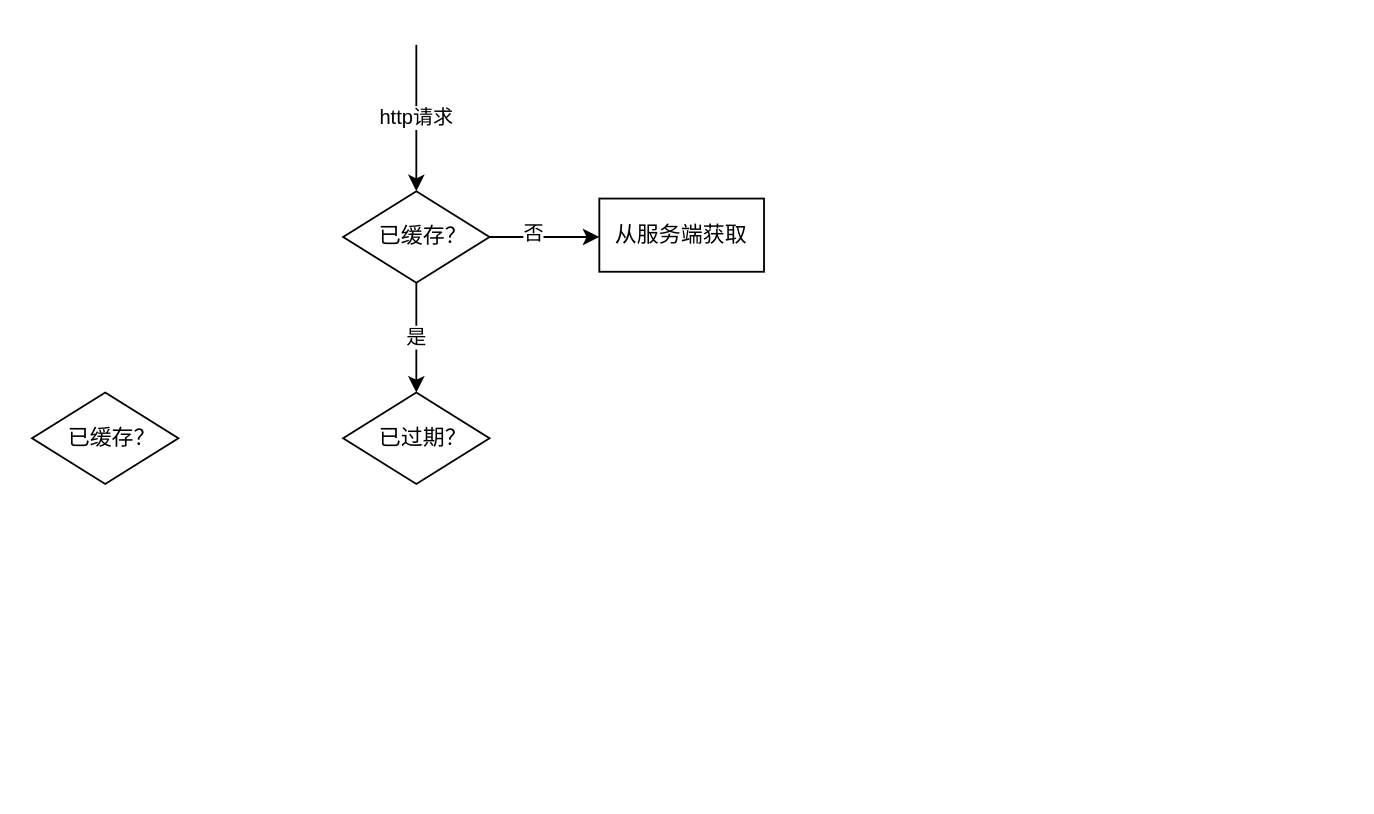
happinessandlove/Pic keeps this draw.io diagram as drawio/http_caching_decision_tree.drawio. Above is the earlier version. Source tidied: cells renumbered, new cells numbered last; positions are measured from the earlier drawing's top-left corner, leaving out a move shared by most shapes. Both pictures are drawn from the tidied source at 183%, with x=0, y=0 at pixel (31, 44).
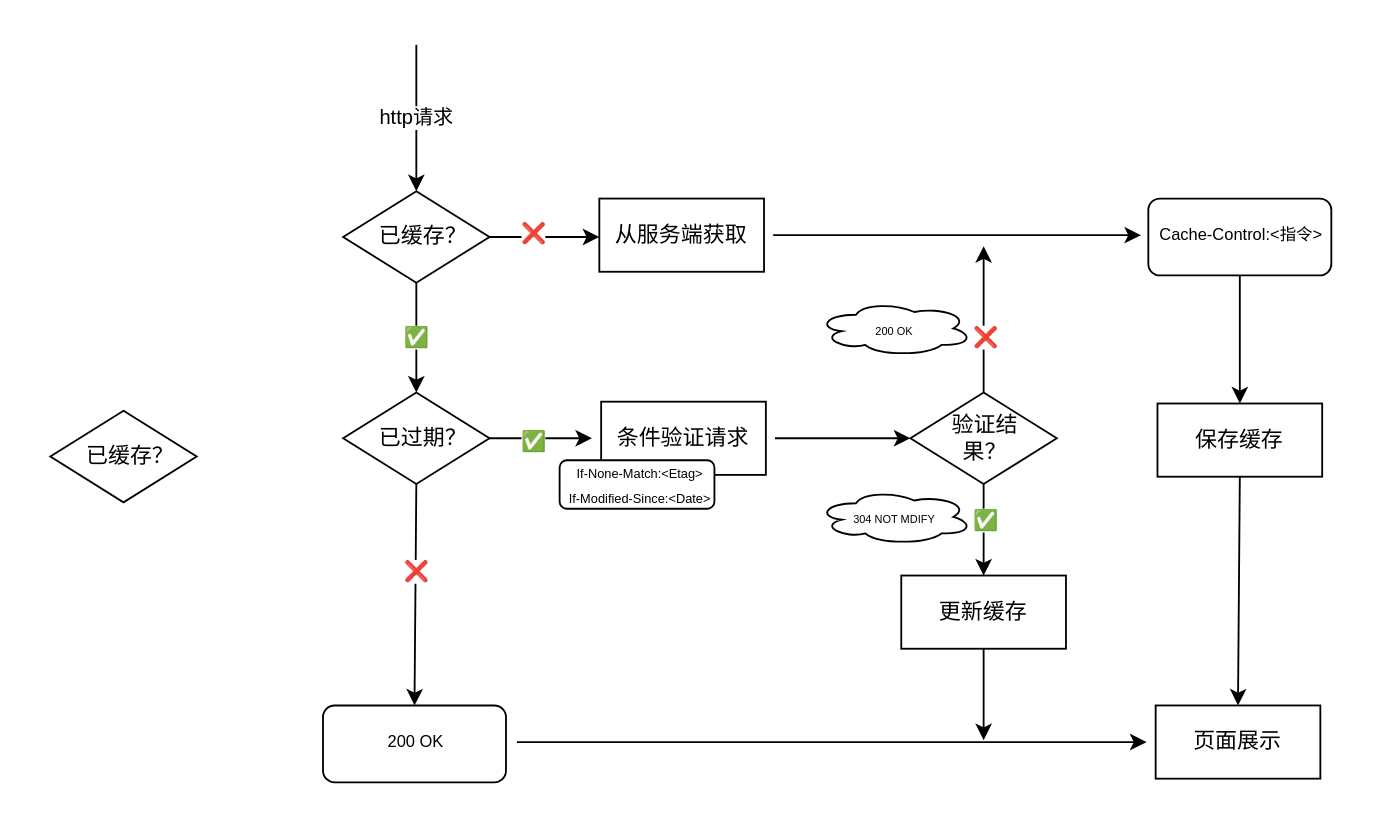
The same page after the edit.

The change refers to these unchanged cells:
```xml
<mxCell id="4" style="endArrow=classic;html=1;rounded=0;exitX=1;exitY=0.5;exitDx=0;exitDy=0;" parent="1" edge="1" source="7">
  <mxGeometry relative="1" as="geometry">
    <mxPoint x="310" y="105" as="targetPoint" />
  </mxGeometry>
</mxCell>
<mxCell id="7" style="rhombus;whiteSpace=wrap;html=1;" parent="6" vertex="1">
  <mxGeometry width="80" height="50" as="geometry" />
</mxCell>
<mxCell id="10" style="rhombus;whiteSpace=wrap;html=1;" parent="9" vertex="1">
  <mxGeometry width="80" height="50" as="geometry" />
</mxCell>
<mxCell id="13" style="rhombus;whiteSpace=wrap;html=1;" parent="12" vertex="1">
  <mxGeometry width="80" height="50" as="geometry" />
</mxCell>
```

Change to the diagram source:
```diff
@@
-    <mxCell id="3" value="是" style="endArrow=classic;html=1;rounded=0;exitX=0.5;exitY=1;exitDx=0;exitDy=0;entryX=0.5;entryY=0;entryDx=0;entryDy=0;" parent="1" edge="1" source="7">
+    <mxCell id="3" value="✅" style="endArrow=classic;html=1;rounded=0;exitX=0.5;exitY=1;exitDx=0;exitDy=0;entryX=0.5;entryY=0;entryDx=0;entryDy=0;" parent="1" edge="1" source="7">
       <mxGeometry relative="1" as="geometry">
         <mxPoint x="210" y="190" as="targetPoint" />
       </mxGeometry>
     </mxCell>
@@
-    <mxCell id="5" value="否" style="edgeLabel;html=1;align=center;verticalAlign=middle;" parent="4" vertex="1">
+    <mxCell id="5" value="❌" style="edgeLabel;html=1;align=center;verticalAlign=middle;" parent="4" vertex="1">
       <mxGeometry x="-0.23" y="3" relative="1" as="geometry" />
     </mxCell>
@@
     <mxCell id="9" style="group;" parent="1" vertex="1">
-      <mxGeometry y="190" width="80" height="50" as="geometry" />
+      <mxGeometry x="480" y="190" width="80" height="50" as="geometry" />
     </mxCell>
@@
-    <mxCell id="11" value="已缓存？" style="text;html=1;strokeColor=none;fillColor=none;align=center;verticalAlign=middle;whiteSpace=wrap;rounded=0;" parent="9" vertex="1">
-      <mxGeometry x="14" y="10" width="60" height="30" as="geometry" />
+    <mxCell id="11" value="验证结果？" style="text;html=1;strokeColor=none;fillColor=none;align=center;verticalAlign=middle;whiteSpace=wrap;rounded=0;" parent="9" vertex="1">
+      <mxGeometry x="11" y="10" width="60" height="30" as="geometry" />
     </mxCell>
@@
+    <mxCell id="17" style="group;" parent="1" vertex="1">
+      <mxGeometry x="305" y="84" width="100" height="40" as="geometry" />
+    </mxCell>
-    <mxCell id="15" style="rounded=0;whiteSpace=wrap;html=1;" parent="1" vertex="1">
-      <mxGeometry x="310" y="84" width="90" height="40" as="geometry" />
+    <mxCell id="15" style="rounded=0;whiteSpace=wrap;html=1;" parent="17" vertex="1">
+      <mxGeometry x="5" width="90" height="40" as="geometry" />
     </mxCell>
-    <mxCell id="16" value="从服务端获取" style="text;html=1;strokeColor=none;fillColor=none;align=center;verticalAlign=middle;whiteSpace=wrap;rounded=0;" parent="1" vertex="1">
-      <mxGeometry x="305" y="89" width="100" height="30" as="geometry" />
+    <mxCell id="16" value="从服务端获取" style="text;html=1;strokeColor=none;fillColor=none;align=center;verticalAlign=middle;whiteSpace=wrap;rounded=0;" parent="17" vertex="1">
+      <mxGeometry y="5" width="100" height="30" as="geometry" />
     </mxCell>
+    <mxCell id="18" style="group;" parent="1" vertex="1">
+      <mxGeometry x="306" y="195" width="100" height="40" as="geometry" />
+    </mxCell>
+    <mxCell id="19" style="rounded=0;whiteSpace=wrap;html=1;" parent="18" vertex="1">
+      <mxGeometry x="5" width="90" height="40" as="geometry" />
+    </mxCell>
+    <mxCell id="20" value="条件验证请求" style="text;html=1;strokeColor=none;fillColor=none;align=center;verticalAlign=middle;whiteSpace=wrap;rounded=0;" parent="18" vertex="1">
+      <mxGeometry y="5" width="100" height="30" as="geometry" />
+    </mxCell>
+    <mxCell id="21" style="edgeStyle=orthogonalEdgeStyle;rounded=0;jettySize=auto;html=1;" parent="1" edge="1" source="13" target="20">
+      <mxGeometry relative="1" as="geometry" />
+    </mxCell>
+    <mxCell id="22" value="&lt;span style=&quot;font-size: 11px;&quot;&gt;✅&lt;/span&gt;" style="edgeLabel;html=1;align=center;verticalAlign=middle;fontSize=9;" parent="21" vertex="1">
+      <mxGeometry x="-0.18" y="-1" relative="1" as="geometry" />
+    </mxCell>
+    <mxCell id="23" style="group;" parent="1" vertex="1">
+      <mxGeometry x="10" y="200" width="80" height="50" as="geometry" />
+    </mxCell>
+    <mxCell id="24" style="rhombus;whiteSpace=wrap;html=1;" parent="23" vertex="1">
+      <mxGeometry width="80" height="50" as="geometry" />
+    </mxCell>
+    <mxCell id="25" value="已缓存？" style="text;html=1;strokeColor=none;fillColor=none;align=center;verticalAlign=middle;whiteSpace=wrap;rounded=0;" parent="23" vertex="1">
+      <mxGeometry x="14" y="10" width="60" height="30" as="geometry" />
+    </mxCell>
+    <mxCell id="26" style="edgeStyle=orthogonalEdgeStyle;rounded=0;jettySize=auto;html=1;entryX=0;entryY=0.5;entryDx=0;entryDy=0;" parent="1" edge="1" source="20" target="10">
+      <mxGeometry relative="1" as="geometry" />
+    </mxCell>
+    <mxCell id="27" style="rounded=1;whiteSpace=wrap;html=1;" parent="1" vertex="1">
+      <mxGeometry x="610" y="84" width="100" height="42" as="geometry" />
+    </mxCell>
+    <mxCell id="28" value="Cache-Control:&amp;lt;指令&amp;gt;" style="text;html=1;strokeColor=none;fillColor=none;align=center;verticalAlign=middle;whiteSpace=wrap;rounded=0;fontSize=9;" parent="1" vertex="1">
+      <mxGeometry x="606" y="89" width="110" height="30" as="geometry" />
+    </mxCell>
+    <mxCell id="29" style="group;" parent="1" vertex="1">
+      <mxGeometry x="610" y="196" width="100" height="40" as="geometry" />
+    </mxCell>
+    <mxCell id="30" style="rounded=0;whiteSpace=wrap;html=1;" parent="29" vertex="1">
+      <mxGeometry x="5" width="90" height="40" as="geometry" />
+    </mxCell>
+    <mxCell id="31" value="保存缓存" style="text;html=1;strokeColor=none;fillColor=none;align=center;verticalAlign=middle;whiteSpace=wrap;rounded=0;" parent="29" vertex="1">
+      <mxGeometry y="5" width="100" height="30" as="geometry" />
+    </mxCell>
+    <mxCell id="32" style="group;" parent="1" vertex="1">
+      <mxGeometry x="609" y="361" width="100" height="40" as="geometry" />
+    </mxCell>
+    <mxCell id="33" style="rounded=0;whiteSpace=wrap;html=1;" parent="32" vertex="1">
+      <mxGeometry x="5" width="90" height="40" as="geometry" />
+    </mxCell>
+    <mxCell id="34" value="页面展示" style="text;html=1;strokeColor=none;fillColor=none;align=center;verticalAlign=middle;whiteSpace=wrap;rounded=0;" parent="32" vertex="1">
+      <mxGeometry y="5" width="100" height="30" as="geometry" />
+    </mxCell>
+    <mxCell id="35" style="rounded=1;whiteSpace=wrap;html=1;" parent="1" vertex="1">
+      <mxGeometry x="159" y="361" width="100" height="42" as="geometry" />
+    </mxCell>
+    <mxCell id="36" style="edgeStyle=orthogonalEdgeStyle;rounded=0;jettySize=auto;html=1;fontSize=9;" parent="1" edge="1" source="37" target="34">
+      <mxGeometry relative="1" as="geometry" />
+    </mxCell>
+    <mxCell id="37" value="200 OK" style="text;html=1;strokeColor=none;fillColor=none;align=center;verticalAlign=middle;whiteSpace=wrap;rounded=0;fontSize=9;" parent="1" vertex="1">
+      <mxGeometry x="155" y="366" width="110" height="30" as="geometry" />
+    </mxCell>
+    <mxCell id="38" style="endArrow=classic;html=1;rounded=0;fontSize=9;exitX=0.5;exitY=1;exitDx=0;exitDy=0;entryX=0.5;entryY=0;entryDx=0;entryDy=0;" parent="1" edge="1" source="13" target="35">
+      <mxGeometry relative="1" as="geometry" />
+    </mxCell>
+    <mxCell id="39" value="&lt;span style=&quot;font-size: 11px;&quot;&gt;❌&lt;/span&gt;" style="edgeLabel;html=1;align=center;verticalAlign=middle;fontSize=9;" parent="38" vertex="1">
+      <mxGeometry x="-0.2" relative="1" as="geometry" />
+    </mxCell>
+    <mxCell id="40" style="edgeStyle=orthogonalEdgeStyle;rounded=0;orthogonalLoop=1;jettySize=auto;html=1;fontSize=9;" parent="1" edge="1">
+      <mxGeometry relative="1" as="geometry">
+        <mxPoint x="405" y="104" as="sourcePoint" />
+        <mxPoint x="606" y="104" as="targetPoint" />
+      </mxGeometry>
+    </mxCell>
+    <mxCell id="41" style="endArrow=classic;html=1;rounded=0;fontSize=9;exitX=0.5;exitY=1;exitDx=0;exitDy=0;entryX=0.5;entryY=0;entryDx=0;entryDy=0;" parent="1" edge="1" source="27" target="30">
+      <mxGeometry relative="1" as="geometry" />
+    </mxCell>
+    <mxCell id="42" style="endArrow=classic;html=1;rounded=0;fontSize=9;exitX=0.5;exitY=0;exitDx=0;exitDy=0;" parent="1" edge="1">
+      <mxGeometry relative="1" as="geometry">
+        <mxPoint x="520" y="190" as="sourcePoint" />
+        <mxPoint x="520" y="110" as="targetPoint" />
+      </mxGeometry>
+    </mxCell>
+    <mxCell id="43" value="❌" style="edgeLabel;html=1;align=center;verticalAlign=middle;fontSize=11;" parent="42" vertex="1">
+      <mxGeometry x="-0.23" relative="1" as="geometry" />
+    </mxCell>
+    <mxCell id="44" style="group;" parent="1" vertex="1">
+      <mxGeometry x="470" y="290" width="100" height="40" as="geometry" />
+    </mxCell>
+    <mxCell id="45" style="rounded=0;whiteSpace=wrap;html=1;" parent="44" vertex="1">
+      <mxGeometry x="5" width="90" height="40" as="geometry" />
+    </mxCell>
+    <mxCell id="46" value="更新缓存" style="text;html=1;strokeColor=none;fillColor=none;align=center;verticalAlign=middle;whiteSpace=wrap;rounded=0;" parent="44" vertex="1">
+      <mxGeometry y="5" width="100" height="30" as="geometry" />
+    </mxCell>
+    <mxCell id="47" style="endArrow=classic;html=1;rounded=0;fontSize=9;exitX=0.5;exitY=1;exitDx=0;exitDy=0;entryX=0.5;entryY=0;entryDx=0;entryDy=0;" parent="1" edge="1" source="10" target="45">
+      <mxGeometry relative="1" as="geometry" />
+    </mxCell>
+    <mxCell id="48" value="✅" style="edgeLabel;html=1;align=center;verticalAlign=middle;fontSize=11;" parent="47" vertex="1">
+      <mxGeometry x="-0.26" relative="1" as="geometry" />
+    </mxCell>
+    <mxCell id="49" style="endArrow=classic;html=1;rounded=0;fontSize=9;exitX=0.5;exitY=1;exitDx=0;exitDy=0;entryX=0.5;entryY=0;entryDx=0;entryDy=0;" parent="1" edge="1" source="30" target="33">
+      <mxGeometry relative="1" as="geometry" />
+    </mxCell>
+    <mxCell id="50" style="endArrow=classic;html=1;rounded=0;fontSize=9;exitX=0.5;exitY=1;exitDx=0;exitDy=0;" parent="1" edge="1" source="45">
+      <mxGeometry relative="1" as="geometry">
+        <mxPoint x="520" y="380" as="targetPoint" />
+      </mxGeometry>
+    </mxCell>
+    <mxCell id="51" value="&lt;blockquote style=&quot;margin: 0 0 0 40px; border: none; padding: 0px;&quot;&gt;&lt;/blockquote&gt;&lt;font style=&quot;font-size: 6px;&quot;&gt;304&amp;nbsp;&lt;font style=&quot;line-height: 1.4; font-size: 6px;&quot;&gt;NOT MDIFY&lt;/font&gt;&lt;/font&gt;" style="ellipse;shape=cloud;whiteSpace=wrap;html=1;fontSize=11;" parent="1" vertex="1">
+      <mxGeometry x="429" y="243" width="85" height="30" as="geometry" />
+    </mxCell>
+    <mxCell id="52" style="group;" parent="1" vertex="1">
+      <mxGeometry x="270" y="227" width="125" height="26.5" as="geometry" />
+    </mxCell>
+    <mxCell id="53" style="rounded=1;whiteSpace=wrap;html=1;fontSize=11;" parent="52" vertex="1">
+      <mxGeometry x="18.3" width="84.6" height="26.5" as="geometry" />
+    </mxCell>
+    <mxCell id="54" value="&lt;font style=&quot;font-size: 7px;&quot;&gt;If-None-Match:&amp;lt;Etag&amp;gt;&lt;br&gt;If-Modified-Since:&amp;lt;Date&amp;gt;&lt;br&gt;&lt;/font&gt;" style="text;html=1;strokeColor=none;fillColor=none;align=center;verticalAlign=middle;whiteSpace=wrap;rounded=0;fontSize=11;strokeWidth=5;" parent="52" vertex="1">
+      <mxGeometry width="125" height="26.5" as="geometry" />
+    </mxCell>
+    <mxCell id="55" value="&lt;blockquote style=&quot;margin: 0 0 0 40px; border: none; padding: 0px;&quot;&gt;&lt;/blockquote&gt;&lt;span style=&quot;font-size: 6px;&quot;&gt;200 OK&lt;/span&gt;" style="ellipse;shape=cloud;whiteSpace=wrap;html=1;fontSize=11;" parent="1" vertex="1">
+      <mxGeometry x="429" y="140" width="85" height="30" as="geometry" />
+    </mxCell>
```
